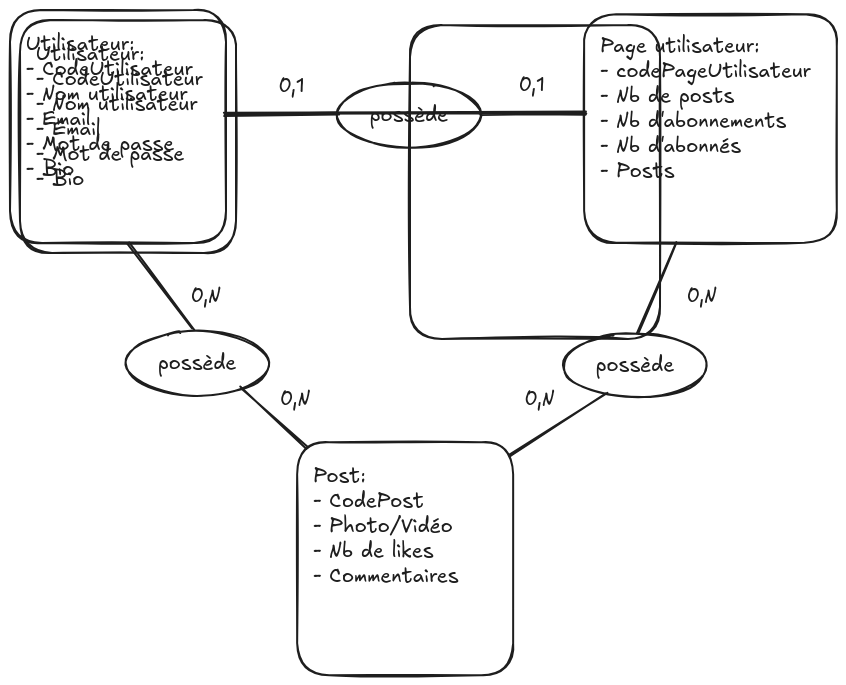
kurogami20/Kurogram_V2 keeps this Excalidraw diagram as back/docs/mcd.excalidraw.png. Above is the earlier version. Source tidied: one line per element, renumbered; positions are measured from the earlier drawing's top-left corner, leaving out a move shared by most shapes.
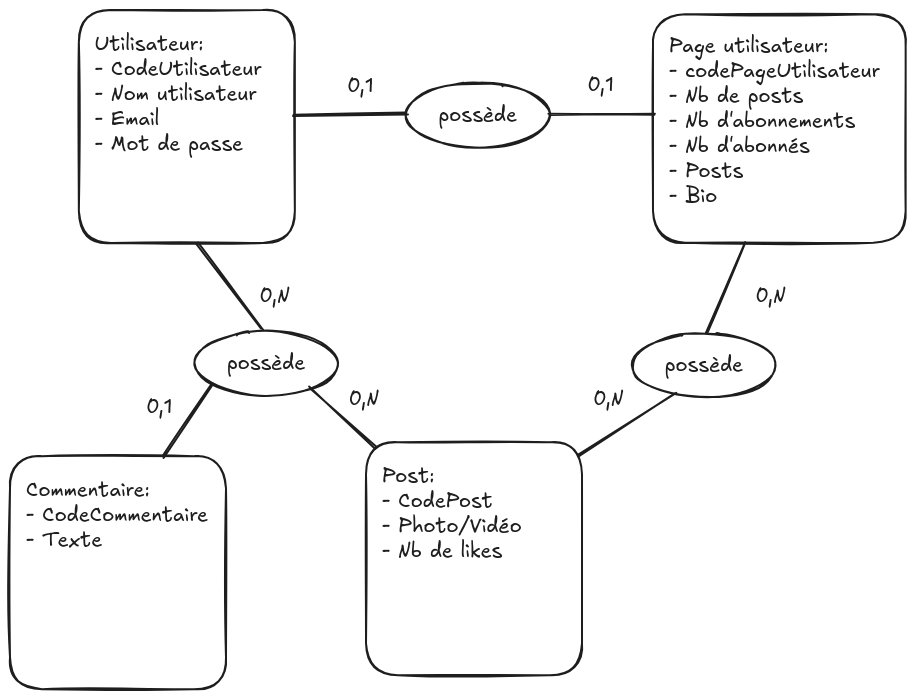
The same file after the commit.

The edit, as a diff of the source:
```diff
@@ -1,9 +1,9 @@
 {"id": 0, "type": "rectangle", "strokeColor": "#1e1e1e", "strokeWidth": 2, "roughness": 1, "round": true, "x": 0, "y": 0, "width": 216, "height": 233}
-{"id": 1, "type": "text", "text": "Utilisateur:\n- CodeUtilisateur\n- Nom utilisateur\n- Email\n- Mot de passe\n- Bio\n", "strokeColor": "#1e1e1e", "strokeWidth": 2, "roughness": 1, "fontSize": 20, "fontFamily": 5, "x": 16, "y": 22, "width": 167, "height": 175}
+{"id": 1, "type": "text", "text": "Utilisateur:\n- CodeUtilisateur\n- Nom utilisateur\n- Email\n- Mot de passe\n", "strokeColor": "#1e1e1e", "strokeWidth": 2, "roughness": 1, "fontSize": 20, "fontFamily": 5, "x": 16, "y": 22, "width": 167, "height": 150}
 {"id": 2, "type": "rectangle", "strokeColor": "#1e1e1e", "strokeWidth": 2, "roughness": 1, "round": true, "x": 574, "y": 4, "width": 253, "height": 229}
-{"id": 3, "type": "text", "text": "Page utilisateur:\n- codePageUtilisateur\n- Nb de posts\n- Nb d'abonnements\n- Nb d'abonnés\n- Posts", "strokeColor": "#1e1e1e", "strokeWidth": 2, "roughness": 1, "fontSize": 20, "fontFamily": 5, "x": 590, "y": 24, "width": 211, "height": 150}
+{"id": 3, "type": "text", "text": "Page utilisateur:\n- codePageUtilisateur\n- Nb de posts\n- Nb d'abonnements\n- Nb d'abonnés\n- Posts\n- Bio\n", "strokeColor": "#1e1e1e", "strokeWidth": 2, "roughness": 1, "fontSize": 20, "fontFamily": 5, "x": 590, "y": 24, "width": 211, "height": 200}
 {"id": 4, "type": "rectangle", "strokeColor": "#1e1e1e", "strokeWidth": 2, "roughness": 1, "round": true, "x": 287, "y": 432, "width": 216, "height": 233}
-{"id": 5, "type": "text", "text": "Post:\n- CodePost\n- Photo/Vidéo\n- Nb de likes\n- Commentaires", "strokeColor": "#1e1e1e", "strokeWidth": 2, "roughness": 1, "fontSize": 20, "fontFamily": 5, "x": 303, "y": 454, "width": 145, "height": 125}
+{"id": 5, "type": "text", "text": "Post:\n- CodePost\n- Photo/Vidéo\n- Nb de likes\n", "strokeColor": "#1e1e1e", "strokeWidth": 2, "roughness": 1, "fontSize": 20, "fontFamily": 5, "x": 303, "y": 454, "width": 140, "height": 125}
 {"id": 6, "type": "text", "text": "0,1", "strokeColor": "#1e1e1e", "strokeWidth": 2, "roughness": 1, "fontSize": 20, "fontFamily": 5, "x": 268, "y": 64, "width": 26, "height": 25}
 {"id": 7, "type": "text", "text": "0,1", "strokeColor": "#1e1e1e", "strokeWidth": 2, "roughness": 1, "fontSize": 20, "fontFamily": 5, "x": 509, "y": 63, "width": 26, "height": 25}
 {"id": 8, "type": "ellipse", "strokeColor": "#1e1e1e", "strokeWidth": 2, "roughness": 1, "round": true, "x": 327, "y": 73, "width": 143, "height": 64}
@@ -22,3 +22,7 @@
 {"id": 21, "type": "text", "text": "0,N", "strokeColor": "#1e1e1e", "strokeWidth": 2, "roughness": 1, "fontSize": 20, "fontFamily": 5, "x": 270, "y": 377, "width": 30, "height": 25}
 {"id": 22, "type": "text", "text": "0,N", "strokeColor": "#1e1e1e", "strokeWidth": 2, "roughness": 1, "fontSize": 20, "fontFamily": 5, "x": 514, "y": 377, "width": 30, "height": 25}
 {"id": 23, "type": "text", "text": "0,N", "strokeColor": "#1e1e1e", "strokeWidth": 2, "roughness": 1, "fontSize": 20, "fontFamily": 5, "x": 677, "y": 274, "width": 30, "height": 25}
+{"id": 24, "type": "rectangle", "strokeColor": "#1e1e1e", "strokeWidth": 2, "roughness": 1, "round": true, "x": -69, "y": 446, "width": 216, "height": 233}
+{"id": 25, "type": "text", "text": "Commentaire:\n- CodeCommentaire\n- Texte\n", "strokeColor": "#1e1e1e", "strokeWidth": 2, "roughness": 1, "fontSize": 20, "fontFamily": 5, "x": -53, "y": 468, "width": 182, "height": 100}
+{"id": 26, "type": "line", "strokeColor": "#1e1e1e", "strokeWidth": 2, "roughness": 1, "round": true, "x": 134, "y": 373, "width": 49, "height": 74, "points": [[0, 0], [-49, 74]]}
+{"id": 27, "type": "text", "text": "0,1", "strokeColor": "#1e1e1e", "strokeWidth": 2, "roughness": 1, "fontSize": 20, "fontFamily": 5, "x": 67, "y": 385, "width": 26, "height": 25}
```
